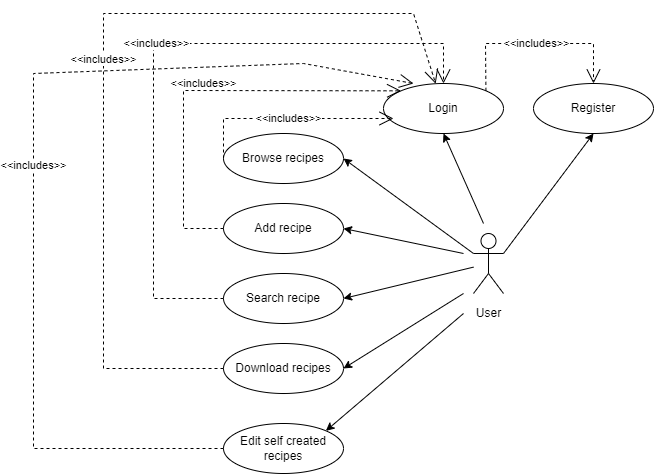
This is Pictures/use-case.png from tsz99/Recipes, a draw.io export, as it was before one commit. Source tidied: cells renumbered, new cells last; positions are measured from the earlier drawing's top-left corner, leaving out a move shared by most shapes.
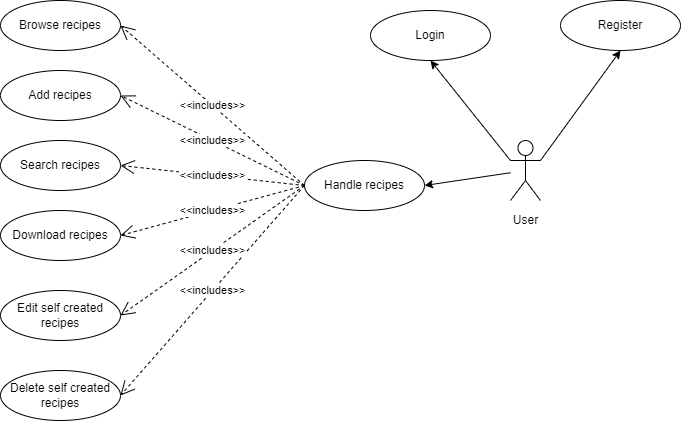
The same file after the commit.

Diff of the diagram source:
```diff
@@ -8,108 +8,62 @@
     <mxCell id="3" value="User" style="text;html=1;align=center;verticalAlign=middle;strokeColor=none;fillColor=none;" parent="1" vertex="1">
       <mxGeometry x="435" y="290" width="40" height="20" as="geometry" />
     </mxCell>
-    <mxCell id="4" value="Search recipe" style="ellipse;whiteSpace=wrap;html=1;" parent="1" vertex="1">
-      <mxGeometry x="190" y="260" width="120" height="50" as="geometry" />
-    </mxCell>
     <mxCell id="5" value="Login" style="ellipse;whiteSpace=wrap;html=1;" parent="1" vertex="1">
-      <mxGeometry x="350" y="70" width="120" height="50" as="geometry" />
+      <mxGeometry x="300" y="90" width="120" height="50" as="geometry" />
     </mxCell>
     <mxCell id="6" value="Register" style="ellipse;whiteSpace=wrap;html=1;" parent="1" vertex="1">
-      <mxGeometry x="500" y="70" width="120" height="50" as="geometry" />
+      <mxGeometry x="490" y="80" width="120" height="50" as="geometry" />
     </mxCell>
+    <mxCell id="12" style="endArrow=classic;html=1;rounded=0;entryX=0.5;entryY=1;entryDx=0;entryDy=0;exitX=1;exitY=0.3333333333333333;exitDx=0;exitDy=0;exitPerimeter=0;" parent="1" edge="1" source="2" target="6">
+      <mxGeometry relative="1" as="geometry" />
+    </mxCell>
+    <mxCell id="13" style="endArrow=classic;html=1;rounded=0;entryX=0.5;entryY=1;entryDx=0;entryDy=0;exitX=0;exitY=0.3333333333333333;exitDx=0;exitDy=0;exitPerimeter=0;" parent="1" edge="1" source="2" target="5">
+      <mxGeometry relative="1" as="geometry" />
+    </mxCell>
+    <mxCell id="24" value="Handle recipes" style="ellipse;whiteSpace=wrap;html=1;" parent="1" vertex="1">
+      <mxGeometry x="234" y="240" width="120" height="50" as="geometry" />
+    </mxCell>
+    <mxCell id="25" style="group;" parent="1" vertex="1">
+      <mxGeometry x="-70" y="80" width="120" height="420" as="geometry" />
+    </mxCell>
+    <mxCell id="4" value="Search recipes" style="ellipse;whiteSpace=wrap;html=1;" parent="25" vertex="1">
+      <mxGeometry y="140" width="120" height="50" as="geometry" />
+    </mxCell>
-    <mxCell id="7" value="Browse recipes" style="ellipse;whiteSpace=wrap;html=1;" parent="1" vertex="1">
-      <mxGeometry x="190" y="120" width="120" height="50" as="geometry" />
+    <mxCell id="7" value="Browse recipes" style="ellipse;whiteSpace=wrap;html=1;" parent="25" vertex="1">
+      <mxGeometry width="120" height="50" as="geometry" />
     </mxCell>
-    <mxCell id="8" value="Add recipe" style="ellipse;whiteSpace=wrap;html=1;" parent="1" vertex="1">
-      <mxGeometry x="190" y="190" width="120" height="50" as="geometry" />
+    <mxCell id="8" value="Add recipes" style="ellipse;whiteSpace=wrap;html=1;" parent="25" vertex="1">
+      <mxGeometry y="70" width="120" height="50" as="geometry" />
     </mxCell>
-    <mxCell id="9" style="endArrow=classic;html=1;rounded=0;entryX=1;entryY=0.5;entryDx=0;entryDy=0;" parent="1" edge="1" source="2" target="4">
-      <mxGeometry relative="1" as="geometry" />
-    </mxCell>
-    <mxCell id="10" style="endArrow=classic;html=1;rounded=0;entryX=1;entryY=0.5;entryDx=0;entryDy=0;" parent="1" edge="1" target="8">
-      <mxGeometry relative="1" as="geometry">
-        <mxPoint x="430" y="240" as="sourcePoint" />
-      </mxGeometry>
-    </mxCell>
-    <mxCell id="11" style="endArrow=classic;html=1;rounded=0;entryX=1;entryY=0.5;entryDx=0;entryDy=0;exitX=0;exitY=0.3333333333333333;exitDx=0;exitDy=0;exitPerimeter=0;" parent="1" edge="1" source="2" target="7">
-      <mxGeometry relative="1" as="geometry" />
-    </mxCell>
-    <mxCell id="12" style="endArrow=classic;html=1;rounded=0;entryX=0.5;entryY=1;entryDx=0;entryDy=0;exitX=1;exitY=0.3333333333333333;exitDx=0;exitDy=0;exitPerimeter=0;" parent="1" edge="1" source="2" target="6">
-      <mxGeometry relative="1" as="geometry" />
-    </mxCell>
-    <mxCell id="13" style="endArrow=classic;html=1;rounded=0;entryX=0.5;entryY=1;entryDx=0;entryDy=0;" parent="1" edge="1" target="5">
-      <mxGeometry relative="1" as="geometry">
-        <mxPoint x="450" y="210" as="sourcePoint" />
-      </mxGeometry>
-    </mxCell>
-    <mxCell id="14" value="&amp;lt;&amp;lt;includes&amp;gt;&amp;gt;" style="endArrow=open;endSize=12;dashed=1;html=1;rounded=0;exitX=0;exitY=0.5;exitDx=0;exitDy=0;" parent="1" edge="1" source="7">
-      <mxGeometry relative="1" as="geometry">
-        <mxPoint x="360" y="105" as="targetPoint" />
-        <Array as="points">
-          <mxPoint x="190" y="105" />
-        </Array>
-      </mxGeometry>
-    </mxCell>
-    <mxCell id="15" value="&amp;lt;&amp;lt;includes&amp;gt;&amp;gt;" style="endArrow=open;endSize=12;dashed=1;html=1;rounded=0;exitX=0;exitY=0.5;exitDx=0;exitDy=0;entryX=0;entryY=0;entryDx=0;entryDy=0;" parent="1" edge="1" source="8" target="5">
-      <mxGeometry y="7" relative="1" as="geometry">
-        <Array as="points">
-          <mxPoint x="150" y="215" />
-          <mxPoint x="150" y="77" />
-        </Array>
-      </mxGeometry>
-    </mxCell>
-    <mxCell id="16" value="&amp;lt;&amp;lt;includes&amp;gt;&amp;gt;" style="endArrow=open;endSize=12;dashed=1;html=1;rounded=0;exitX=0;exitY=0.5;exitDx=0;exitDy=0;entryX=0.5;entryY=0;entryDx=0;entryDy=0;" parent="1" edge="1" source="4" target="5">
-      <mxGeometry relative="1" as="geometry">
-        <Array as="points">
-          <mxPoint x="120" y="285" />
-          <mxPoint x="120" y="30" />
-          <mxPoint x="410" y="30" />
-        </Array>
-      </mxGeometry>
-    </mxCell>
-    <mxCell id="17" value="&amp;lt;&amp;lt;includes&amp;gt;&amp;gt;" style="endArrow=open;endSize=12;dashed=1;html=1;rounded=0;exitX=1;exitY=0;exitDx=0;exitDy=0;entryX=0.5;entryY=0;entryDx=0;entryDy=0;" parent="1" edge="1" source="5" target="6">
-      <mxGeometry relative="1" as="geometry">
-        <Array as="points">
-          <mxPoint x="452" y="30" />
-          <mxPoint x="560" y="30" />
-        </Array>
-      </mxGeometry>
-    </mxCell>
-    <mxCell id="18" value="Download recipes" style="ellipse;whiteSpace=wrap;html=1;" parent="1" vertex="1">
-      <mxGeometry x="190" y="330" width="120" height="50" as="geometry" />
+    <mxCell id="18" value="Download recipes" style="ellipse;whiteSpace=wrap;html=1;" parent="25" vertex="1">
+      <mxGeometry y="210" width="120" height="50" as="geometry" />
     </mxCell>
-    <mxCell id="19" value="&amp;lt;&amp;lt;includes&amp;gt;&amp;gt;" style="endArrow=open;endSize=12;dashed=1;html=1;rounded=0;exitX=0;exitY=0.5;exitDx=0;exitDy=0;" parent="1" edge="1" source="18" target="5">
-      <mxGeometry relative="1" as="geometry">
-        <Array as="points">
-          <mxPoint x="70" y="355" />
-          <mxPoint x="70" y="43.8" />
-          <mxPoint x="70" />
-          <mxPoint x="380" />
-        </Array>
-      </mxGeometry>
-    </mxCell>
-    <mxCell id="20" style="endArrow=classic;html=1;rounded=0;entryX=1;entryY=0.5;entryDx=0;entryDy=0;" parent="1" edge="1" target="18">
-      <mxGeometry relative="1" as="geometry">
-        <mxPoint x="430" y="280" as="sourcePoint" />
-      </mxGeometry>
-    </mxCell>
-    <mxCell id="21" value="Edit self created recipes" style="ellipse;whiteSpace=wrap;html=1;" parent="1" vertex="1">
-      <mxGeometry x="190" y="410" width="120" height="50" as="geometry" />
+    <mxCell id="21" value="Edit self created recipes" style="ellipse;whiteSpace=wrap;html=1;" parent="25" vertex="1">
+      <mxGeometry y="290" width="120" height="50" as="geometry" />
     </mxCell>
-    <mxCell id="22" style="endArrow=classic;html=1;rounded=0;entryX=1;entryY=0;entryDx=0;entryDy=0;" parent="1" edge="1" target="21">
-      <mxGeometry relative="1" as="geometry">
-        <mxPoint x="430" y="300" as="sourcePoint" />
-      </mxGeometry>
-    </mxCell>
-    <mxCell id="23" value="&amp;lt;&amp;lt;includes&amp;gt;&amp;gt;" style="endArrow=open;endSize=12;dashed=1;html=1;rounded=0;exitX=0;exitY=0.5;exitDx=0;exitDy=0;entryX=0.25;entryY=0;entryDx=0;entryDy=0;entryPerimeter=0;" parent="1" edge="1" source="21" target="5">
-      <mxGeometry relative="1" as="geometry">
-        <Array as="points">
-          <mxPoint y="435" />
-          <mxPoint y="230" />
-          <mxPoint y="60" />
-          <mxPoint x="270" y="50" />
-        </Array>
-      </mxGeometry>
-    </mxCell>
+    <mxCell id="26" value="Delete self created recipes" style="ellipse;whiteSpace=wrap;html=1;" parent="25" vertex="1">
+      <mxGeometry y="370" width="120" height="50" as="geometry" />
+    </mxCell>
+    <mxCell id="27" style="endArrow=classic;html=1;rounded=0;entryX=1;entryY=0.5;entryDx=0;entryDy=0;" parent="1" edge="1" source="2" target="24">
+      <mxGeometry relative="1" as="geometry" />
+    </mxCell>
+    <mxCell id="28" value="&amp;lt;&amp;lt;includes&amp;gt;&amp;gt;" style="endArrow=open;endSize=12;dashed=1;html=1;rounded=0;exitX=0;exitY=0.5;exitDx=0;exitDy=0;entryX=1;entryY=0.5;entryDx=0;entryDy=0;" parent="1" edge="1" source="24" target="7">
+      <mxGeometry relative="1" as="geometry" />
+    </mxCell>
+    <mxCell id="29" value="&amp;lt;&amp;lt;includes&amp;gt;&amp;gt;" style="endArrow=open;endSize=12;dashed=1;html=1;rounded=0;exitX=0;exitY=0.5;exitDx=0;exitDy=0;entryX=1;entryY=0.5;entryDx=0;entryDy=0;" parent="1" edge="1" source="24" target="18">
+      <mxGeometry relative="1" as="geometry" />
+    </mxCell>
+    <mxCell id="30" value="&amp;lt;&amp;lt;includes&amp;gt;&amp;gt;" style="endArrow=open;endSize=12;dashed=1;html=1;rounded=0;exitX=0;exitY=0.5;exitDx=0;exitDy=0;entryX=1;entryY=0.5;entryDx=0;entryDy=0;" parent="1" edge="1" source="24" target="4">
+      <mxGeometry relative="1" as="geometry" />
+    </mxCell>
+    <mxCell id="31" value="&amp;lt;&amp;lt;includes&amp;gt;&amp;gt;" style="endArrow=open;endSize=12;dashed=1;html=1;rounded=0;exitX=0;exitY=0.5;exitDx=0;exitDy=0;entryX=1;entryY=0.5;entryDx=0;entryDy=0;" parent="1" edge="1" source="24" target="8">
+      <mxGeometry relative="1" as="geometry" />
+    </mxCell>
+    <mxCell id="32" value="&amp;lt;&amp;lt;includes&amp;gt;&amp;gt;" style="endArrow=open;endSize=12;dashed=1;html=1;rounded=0;exitX=0;exitY=0.5;exitDx=0;exitDy=0;entryX=1;entryY=0.5;entryDx=0;entryDy=0;" parent="1" edge="1" source="24" target="26">
+      <mxGeometry relative="1" as="geometry" />
+    </mxCell>
+    <mxCell id="33" value="&amp;lt;&amp;lt;includes&amp;gt;&amp;gt;" style="endArrow=open;endSize=12;dashed=1;html=1;rounded=0;exitX=0;exitY=0.5;exitDx=0;exitDy=0;entryX=1;entryY=0.5;entryDx=0;entryDy=0;" parent="1" edge="1" source="24" target="21">
+      <mxGeometry relative="1" as="geometry" />
+    </mxCell>
   </root>
 </mxGraphModel>
```
